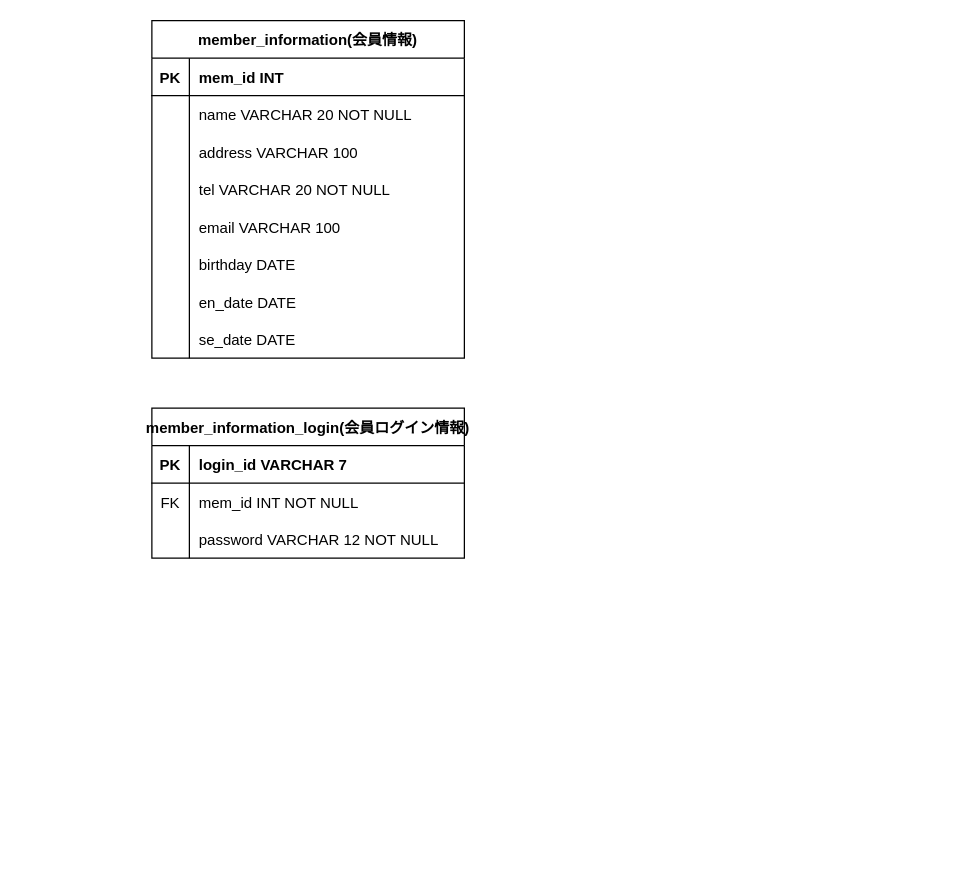
Earlier version of the draw.io diagram ドキュメント/ER図.drawio (2022java42-student006/document). Source tidied: cells renumbered, new cells numbered last; positions are measured from the earlier drawing's top-left corner, leaving out a move shared by most shapes. Both pictures are drawn from the tidied source at 125%, with x=0, y=0 at pixel (151, 20).
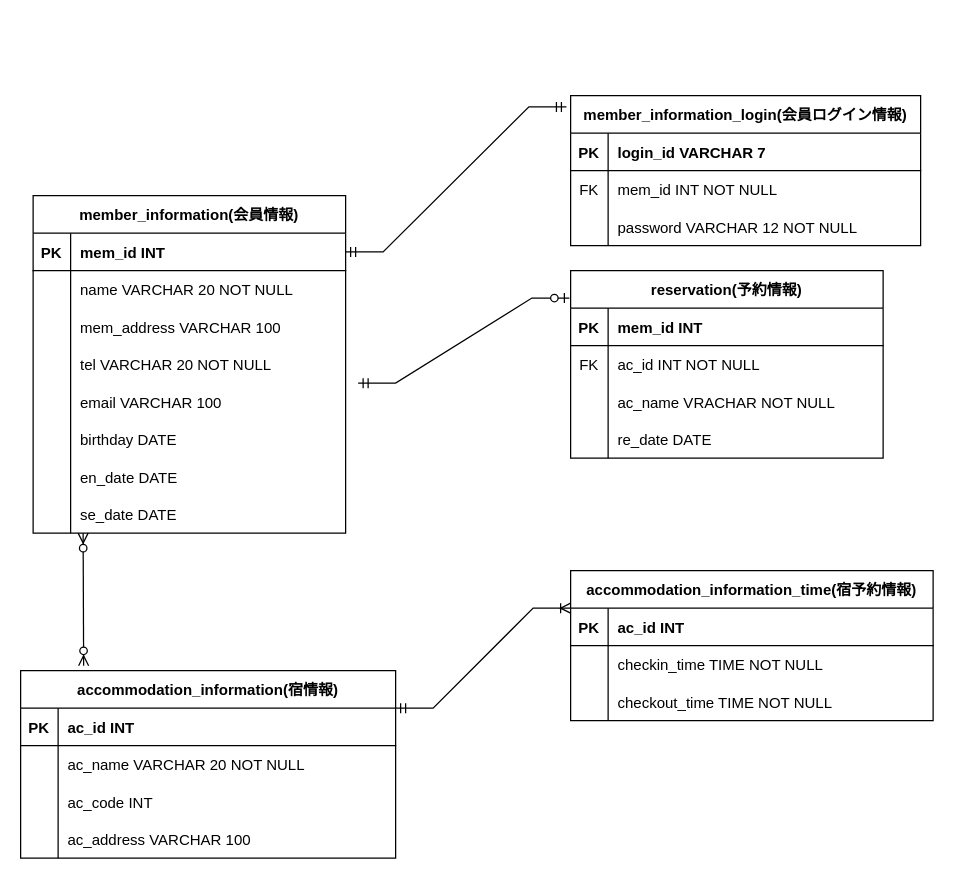
Above is the later version.

Commit message (it also covers changes not shown here):
ER図終わりました。 列名の変更をしました。

The change refers to these unchanged cells:
```xml
<mxCell id="3" style="shape=tableRow;horizontal=0;startSize=0;swimlaneHead=0;swimlaneBody=0;fillColor=none;points=[[0,0.5],[1,0.5]];portConstraint=eastwest;top=0;left=0;right=0;bottom=1;" parent="2" vertex="1">
  <mxGeometry y="30" width="250" height="30" as="geometry" />
</mxCell>
<mxCell id="9" style="shape=tableRow;horizontal=0;startSize=0;swimlaneHead=0;swimlaneBody=0;fillColor=none;top=0;left=0;right=0;bottom=0;" parent="2" vertex="1">
  <mxGeometry y="90" width="250" height="30" as="geometry" />
</mxCell>
<mxCell id="15" style="shape=tableRow;horizontal=0;startSize=0;swimlaneHead=0;swimlaneBody=0;fillColor=none;points=[[0,0.5],[1,0.5]];portConstraint=eastwest;top=0;left=0;right=0;bottom=0;" parent="2" vertex="1">
  <mxGeometry y="150" width="250" height="30" as="geometry" />
</mxCell>
```

Diff of the diagram source:
```diff
@@
     <mxCell id="2" value="member_information(会員情報)" style="shape=table;startSize=30;childLayout=tableLayout;rowLines=0;fontStyle=1;align=center;" parent="1" vertex="1">
-      <mxGeometry width="250" height="270" as="geometry" />
+      <mxGeometry x="-95" y="140" width="250" height="270" as="geometry" />
     </mxCell>
@@
-    <mxCell id="11" value="address VARCHAR 100 " style="shape=partialRectangle;fillColor=none;top=0;left=0;bottom=0;right=0;align=left;spacingLeft=6;overflow=hidden;" parent="9" vertex="1">
+    <mxCell id="11" value="mem_address VARCHAR 100 " style="shape=partialRectangle;fillColor=none;top=0;left=0;bottom=0;right=0;align=left;spacingLeft=6;overflow=hidden;" parent="9" vertex="1">
       <mxGeometry x="30" width="220" height="30" as="geometry" />
     </mxCell>
@@
     <mxCell id="27" value="member_information_login(会員ログイン情報)" style="shape=table;startSize=30;childLayout=tableLayout;rowLines=0;fontStyle=1;align=center;" parent="1" vertex="1">
-      <mxGeometry y="310" width="250" height="120" as="geometry" />
+      <mxGeometry x="335" y="60" width="280" height="120" as="geometry" />
     </mxCell>
     <mxCell id="28" style="shape=tableRow;horizontal=0;startSize=0;swimlaneHead=0;swimlaneBody=0;fillColor=none;top=0;left=0;right=0;bottom=1;" parent="27" vertex="1">
-      <mxGeometry y="30" width="250" height="30" as="geometry" />
+      <mxGeometry y="30" width="280" height="30" as="geometry" />
     </mxCell>
@@
     <mxCell id="30" value="login_id VARCHAR 7" style="shape=partialRectangle;fillColor=none;top=0;left=0;bottom=0;right=0;align=left;spacingLeft=6;fontStyle=1;overflow=hidden;" parent="28" vertex="1">
-      <mxGeometry x="30" width="220" height="30" as="geometry" />
+      <mxGeometry x="30" width="250" height="30" as="geometry" />
     </mxCell>
     <mxCell id="31" style="shape=tableRow;horizontal=0;startSize=0;swimlaneHead=0;swimlaneBody=0;fillColor=none;top=0;left=0;right=0;bottom=0;" parent="27" vertex="1">
-      <mxGeometry y="60" width="250" height="30" as="geometry" />
+      <mxGeometry y="60" width="280" height="30" as="geometry" />
     </mxCell>
@@
     <mxCell id="33" value="mem_id INT NOT NULL" style="shape=partialRectangle;fillColor=none;top=0;left=0;bottom=0;right=0;align=left;spacingLeft=6;overflow=hidden;" parent="31" vertex="1">
-      <mxGeometry x="30" width="220" height="30" as="geometry" />
+      <mxGeometry x="30" width="250" height="30" as="geometry" />
     </mxCell>
     <mxCell id="34" style="shape=tableRow;horizontal=0;startSize=0;swimlaneHead=0;swimlaneBody=0;fillColor=none;top=0;left=0;right=0;bottom=0;" parent="27" vertex="1">
-      <mxGeometry y="90" width="250" height="30" as="geometry" />
+      <mxGeometry y="90" width="280" height="30" as="geometry" />
     </mxCell>
@@
     <mxCell id="36" value="password VARCHAR 12 NOT NULL" style="shape=partialRectangle;fillColor=none;top=0;left=0;bottom=0;right=0;align=left;spacingLeft=6;overflow=hidden;" parent="34" vertex="1">
-      <mxGeometry x="30" width="220" height="30" as="geometry" />
+      <mxGeometry x="30" width="250" height="30" as="geometry" />
     </mxCell>
+    <mxCell id="37" value="accommodation_information(宿情報)" style="shape=table;startSize=30;childLayout=tableLayout;rowLines=0;fontStyle=1;align=center;" parent="1" vertex="1">
+      <mxGeometry x="-105" y="520" width="300" height="150" as="geometry" />
+    </mxCell>
+    <mxCell id="38" style="shape=tableRow;horizontal=0;startSize=0;swimlaneHead=0;swimlaneBody=0;fillColor=none;top=0;left=0;right=0;bottom=1;" parent="37" vertex="1">
+      <mxGeometry y="30" width="300" height="30" as="geometry" />
+    </mxCell>
+    <mxCell id="39" value="PK" style="shape=partialRectangle;fillColor=none;top=0;left=0;bottom=0;right=0;fontStyle=1;overflow=hidden;" parent="38" vertex="1">
+      <mxGeometry width="30" height="30" as="geometry" />
+    </mxCell>
+    <mxCell id="40" value="ac_id INT" style="shape=partialRectangle;fillColor=none;top=0;left=0;bottom=0;right=0;align=left;spacingLeft=6;fontStyle=1;overflow=hidden;" parent="38" vertex="1">
+      <mxGeometry x="30" width="270" height="30" as="geometry" />
+    </mxCell>
+    <mxCell id="41" style="shape=tableRow;horizontal=0;startSize=0;swimlaneHead=0;swimlaneBody=0;fillColor=none;top=0;left=0;right=0;bottom=0;" parent="37" vertex="1">
+      <mxGeometry y="60" width="300" height="30" as="geometry" />
+    </mxCell>
+    <mxCell id="42" style="shape=partialRectangle;fillColor=none;top=0;left=0;bottom=0;right=0;overflow=hidden;" parent="41" vertex="1">
+      <mxGeometry width="30" height="30" as="geometry" />
+    </mxCell>
+    <mxCell id="43" value="ac_name VARCHAR 20 NOT NULL" style="shape=partialRectangle;fillColor=none;top=0;left=0;bottom=0;right=0;align=left;spacingLeft=6;overflow=hidden;" parent="41" vertex="1">
+      <mxGeometry x="30" width="270" height="30" as="geometry" />
+    </mxCell>
+    <mxCell id="44" style="shape=tableRow;horizontal=0;startSize=0;swimlaneHead=0;swimlaneBody=0;fillColor=none;top=0;left=0;right=0;bottom=0;" parent="37" vertex="1">
+      <mxGeometry y="90" width="300" height="30" as="geometry" />
+    </mxCell>
+    <mxCell id="45" style="shape=partialRectangle;fillColor=none;top=0;left=0;bottom=0;right=0;overflow=hidden;" parent="44" vertex="1">
+      <mxGeometry width="30" height="30" as="geometry" />
+    </mxCell>
+    <mxCell id="46" value="ac_code INT" style="shape=partialRectangle;fillColor=none;top=0;left=0;bottom=0;right=0;align=left;spacingLeft=6;overflow=hidden;" parent="44" vertex="1">
+      <mxGeometry x="30" width="270" height="30" as="geometry" />
+    </mxCell>
+    <mxCell id="47" style="shape=tableRow;horizontal=0;startSize=0;swimlaneHead=0;swimlaneBody=0;fillColor=none;top=0;left=0;right=0;bottom=0;" parent="37" vertex="1">
+      <mxGeometry y="120" width="300" height="30" as="geometry" />
+    </mxCell>
+    <mxCell id="48" style="shape=partialRectangle;fillColor=none;top=0;left=0;bottom=0;right=0;overflow=hidden;" parent="47" vertex="1">
+      <mxGeometry width="30" height="30" as="geometry" />
+    </mxCell>
+    <mxCell id="49" value="ac_address VARCHAR 100" style="shape=partialRectangle;fillColor=none;top=0;left=0;bottom=0;right=0;align=left;spacingLeft=6;overflow=hidden;" parent="47" vertex="1">
+      <mxGeometry x="30" width="270" height="30" as="geometry" />
+    </mxCell>
+    <mxCell id="50" value="accommodation_information_time(宿予約情報)" style="shape=table;startSize=30;childLayout=tableLayout;rowLines=0;fontStyle=1;align=center;" parent="1" vertex="1">
+      <mxGeometry x="335" y="440" width="290" height="120" as="geometry" />
+    </mxCell>
+    <mxCell id="51" style="shape=tableRow;horizontal=0;startSize=0;swimlaneHead=0;swimlaneBody=0;fillColor=none;top=0;left=0;right=0;bottom=1;" parent="50" vertex="1">
+      <mxGeometry y="30" width="290" height="30" as="geometry" />
+    </mxCell>
+    <mxCell id="52" value="PK" style="shape=partialRectangle;fillColor=none;top=0;left=0;bottom=0;right=0;fontStyle=1;overflow=hidden;" parent="51" vertex="1">
+      <mxGeometry width="30" height="30" as="geometry" />
+    </mxCell>
+    <mxCell id="53" value="ac_id INT" style="shape=partialRectangle;fillColor=none;top=0;left=0;bottom=0;right=0;align=left;spacingLeft=6;fontStyle=1;overflow=hidden;" parent="51" vertex="1">
+      <mxGeometry x="30" width="260" height="30" as="geometry" />
+    </mxCell>
+    <mxCell id="54" style="shape=tableRow;horizontal=0;startSize=0;swimlaneHead=0;swimlaneBody=0;fillColor=none;top=0;left=0;right=0;bottom=0;" parent="50" vertex="1">
+      <mxGeometry y="60" width="290" height="30" as="geometry" />
+    </mxCell>
+    <mxCell id="55" style="shape=partialRectangle;fillColor=none;top=0;left=0;bottom=0;right=0;overflow=hidden;" parent="54" vertex="1">
+      <mxGeometry width="30" height="30" as="geometry" />
+    </mxCell>
+    <mxCell id="56" value="checkin_time TIME NOT NULL" style="shape=partialRectangle;fillColor=none;top=0;left=0;bottom=0;right=0;align=left;spacingLeft=6;overflow=hidden;" parent="54" vertex="1">
+      <mxGeometry x="30" width="260" height="30" as="geometry" />
+    </mxCell>
+    <mxCell id="57" style="shape=tableRow;horizontal=0;startSize=0;swimlaneHead=0;swimlaneBody=0;fillColor=none;top=0;left=0;right=0;bottom=0;" parent="50" vertex="1">
+      <mxGeometry y="90" width="290" height="30" as="geometry" />
+    </mxCell>
+    <mxCell id="58" style="shape=partialRectangle;fillColor=none;top=0;left=0;bottom=0;right=0;overflow=hidden;" parent="57" vertex="1">
+      <mxGeometry width="30" height="30" as="geometry" />
+    </mxCell>
+    <mxCell id="59" value="checkout_time TIME NOT NULL" style="shape=partialRectangle;fillColor=none;top=0;left=0;bottom=0;right=0;align=left;spacingLeft=6;overflow=hidden;fontStyle=0;" parent="57" vertex="1">
+      <mxGeometry x="30" width="260" height="30" as="geometry" />
+    </mxCell>
+    <mxCell id="60" value="reservation(予約情報)" style="shape=table;startSize=30;childLayout=tableLayout;rowLines=0;fontStyle=1;align=center;" parent="1" vertex="1">
+      <mxGeometry x="335" y="200" width="250" height="150" as="geometry" />
+    </mxCell>
+    <mxCell id="61" style="shape=tableRow;horizontal=0;startSize=0;swimlaneHead=0;swimlaneBody=0;fillColor=none;top=0;left=0;right=0;bottom=1;" parent="60" vertex="1">
+      <mxGeometry y="30" width="250" height="30" as="geometry" />
+    </mxCell>
+    <mxCell id="62" value="PK" style="shape=partialRectangle;fillColor=none;top=0;left=0;bottom=0;right=0;fontStyle=1;overflow=hidden;" parent="61" vertex="1">
+      <mxGeometry width="30" height="30" as="geometry" />
+    </mxCell>
+    <mxCell id="63" value="mem_id INT" style="shape=partialRectangle;fillColor=none;top=0;left=0;bottom=0;right=0;align=left;spacingLeft=6;fontStyle=1;overflow=hidden;" parent="61" vertex="1">
+      <mxGeometry x="30" width="220" height="30" as="geometry" />
+    </mxCell>
+    <mxCell id="64" style="shape=tableRow;horizontal=0;startSize=0;swimlaneHead=0;swimlaneBody=0;fillColor=none;top=0;left=0;right=0;bottom=0;" parent="60" vertex="1">
+      <mxGeometry y="60" width="250" height="30" as="geometry" />
+    </mxCell>
+    <mxCell id="65" value="FK" style="shape=partialRectangle;fillColor=none;top=0;left=0;bottom=0;right=0;overflow=hidden;" parent="64" vertex="1">
+      <mxGeometry width="30" height="30" as="geometry" />
+    </mxCell>
+    <mxCell id="66" value="ac_id INT NOT NULL" style="shape=partialRectangle;fillColor=none;top=0;left=0;bottom=0;right=0;align=left;spacingLeft=6;overflow=hidden;" parent="64" vertex="1">
+      <mxGeometry x="30" width="220" height="30" as="geometry" />
+    </mxCell>
+    <mxCell id="67" style="shape=tableRow;horizontal=0;startSize=0;swimlaneHead=0;swimlaneBody=0;fillColor=none;top=0;left=0;right=0;bottom=0;" parent="60" vertex="1">
+      <mxGeometry y="90" width="250" height="30" as="geometry" />
+    </mxCell>
+    <mxCell id="68" style="shape=partialRectangle;fillColor=none;top=0;left=0;bottom=0;right=0;overflow=hidden;" parent="67" vertex="1">
+      <mxGeometry width="30" height="30" as="geometry" />
+    </mxCell>
+    <mxCell id="69" value="ac_name VRACHAR NOT NULL" style="shape=partialRectangle;fillColor=none;top=0;left=0;bottom=0;right=0;align=left;spacingLeft=6;overflow=hidden;" parent="67" vertex="1">
+      <mxGeometry x="30" width="220" height="30" as="geometry" />
+    </mxCell>
+    <mxCell id="70" style="shape=tableRow;horizontal=0;startSize=0;swimlaneHead=0;swimlaneBody=0;fillColor=none;top=0;left=0;right=0;bottom=0;" parent="60" vertex="1">
+      <mxGeometry y="120" width="250" height="30" as="geometry" />
+    </mxCell>
+    <mxCell id="71" style="shape=partialRectangle;fillColor=none;top=0;left=0;bottom=0;right=0;overflow=hidden;" parent="70" vertex="1">
+      <mxGeometry width="30" height="30" as="geometry" />
+    </mxCell>
+    <mxCell id="72" value="re_date DATE" style="shape=partialRectangle;fillColor=none;top=0;left=0;bottom=0;right=0;align=left;spacingLeft=6;overflow=hidden;" parent="70" vertex="1">
+      <mxGeometry x="30" width="220" height="30" as="geometry" />
+    </mxCell>
+    <mxCell id="73" style="edgeStyle=entityRelationEdgeStyle;fontSize=12;html=1;endArrow=ERmandOne;startArrow=ERmandOne;rounded=0;exitX=1;exitY=0.5;exitDx=0;exitDy=0;entryX=-0.012;entryY=0.075;entryDx=0;entryDy=0;entryPerimeter=0;" parent="1" edge="1" source="3" target="27">
+      <mxGeometry relative="1" as="geometry" />
+    </mxCell>
+    <mxCell id="74" style="edgeStyle=entityRelationEdgeStyle;fontSize=12;html=1;endArrow=ERzeroToOne;startArrow=ERmandOne;rounded=0;entryX=-0.004;entryY=0.146;entryDx=0;entryDy=0;entryPerimeter=0;exitX=1.04;exitY=0;exitDx=0;exitDy=0;exitPerimeter=0;" parent="1" edge="1" source="15" target="60">
+      <mxGeometry relative="1" as="geometry" />
+    </mxCell>
+    <mxCell id="75" style="edgeStyle=entityRelationEdgeStyle;fontSize=12;html=1;endArrow=ERoneToMany;startArrow=ERmandOne;rounded=0;entryX=0;entryY=0.25;entryDx=0;entryDy=0;" parent="1" edge="1" target="50">
+      <mxGeometry relative="1" as="geometry">
+        <mxPoint x="195" y="550" as="sourcePoint" />
+      </mxGeometry>
+    </mxCell>
+    <mxCell id="76" style="fontSize=12;html=1;endArrow=ERzeroToMany;endFill=1;startArrow=ERzeroToMany;rounded=0;exitX=0.168;exitY=-0.026;exitDx=0;exitDy=0;exitPerimeter=0;" parent="1" edge="1" source="37">
+      <mxGeometry relative="1" as="geometry">
+        <mxPoint x="-55" y="410" as="targetPoint" />
+      </mxGeometry>
+    </mxCell>
```
